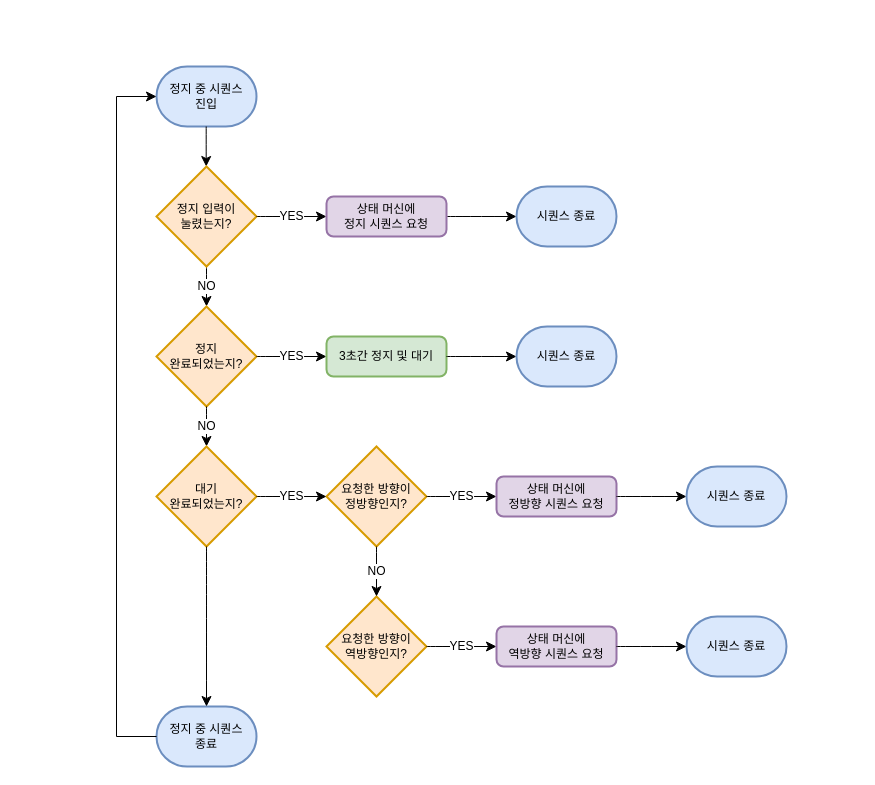
This is page "Sequence3" (7 of 8) of document/순서도.drawio from HeoSeongman/MiniWheel, a draw.io file, before an edit. Source tidied: cells renumbered, new cells numbered last; positions are measured from the earlier drawing's top-left corner, leaving out a move shared by most shapes. Both pictures are drawn from the tidied source at 100%, with x=0, y=0 at pixel (116, 66).
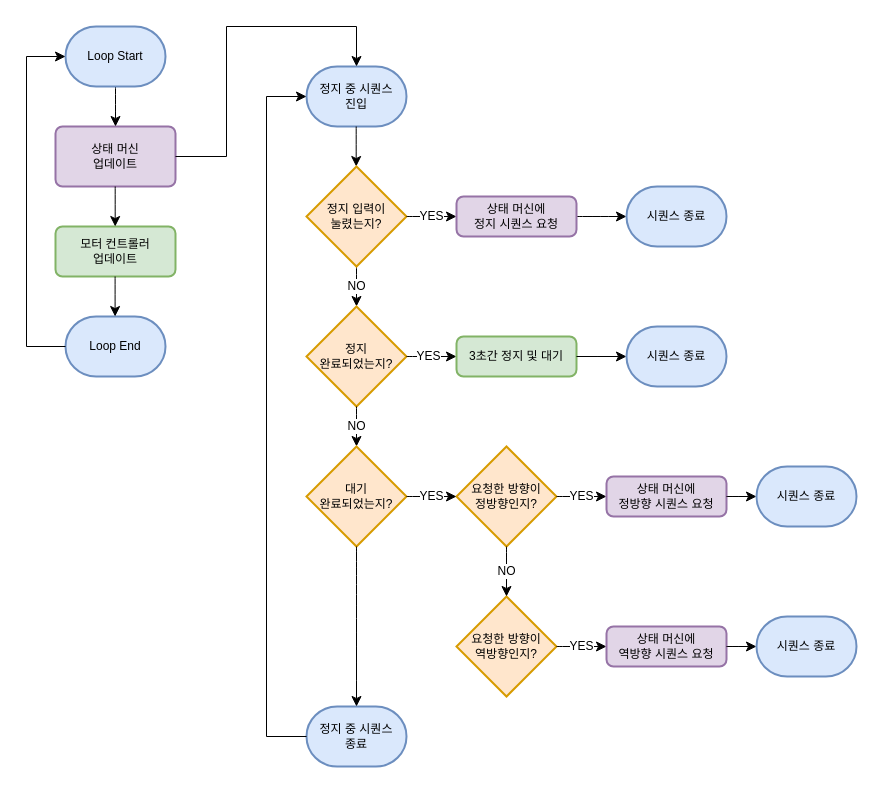
The same diagram, later.

What changed in the source:
```diff
@@
     <mxCell id="2" value="정지 중 시퀀스&lt;br&gt;진입" style="strokeWidth=2;html=1;shape=mxgraph.flowchart.terminator;whiteSpace=wrap;fillColor=#dae8fc;strokeColor=#6c8ebf;" parent="1" vertex="1">
-      <mxGeometry x="40" width="100" height="60" as="geometry" />
+      <mxGeometry x="190" width="100" height="60" as="geometry" />
     </mxCell>
     <mxCell id="3" style="endArrow=classic;html=1;rounded=0;fontSize=12;startSize=8;endSize=8;curved=1;exitX=0.5;exitY=1;exitDx=0;exitDy=0;exitPerimeter=0;entryX=0.5;entryY=0;entryDx=0;entryDy=0;" parent="1" edge="1">
       <mxGeometry relative="1" as="geometry">
-        <mxPoint x="89.7" y="60" as="sourcePoint" />
-        <mxPoint x="89.7" y="100" as="targetPoint" />
+        <mxPoint x="239.7" y="60" as="sourcePoint" />
+        <mxPoint x="239.7" y="100" as="targetPoint" />
       </mxGeometry>
     </mxCell>
@@
     <mxCell id="5" value="정지 입력이&lt;br&gt;눌렸는지?" style="strokeWidth=2;html=1;shape=mxgraph.flowchart.decision;whiteSpace=wrap;fillColor=#ffe6cc;strokeColor=#d79b00;" parent="1" vertex="1">
-      <mxGeometry x="40" y="100" width="100" height="100" as="geometry" />
+      <mxGeometry x="190" y="100" width="100" height="100" as="geometry" />
     </mxCell>
     <mxCell id="6" value="YES" style="edgeStyle=none;curved=1;rounded=0;jettySize=auto;html=1;fontSize=12;startSize=8;endSize=8;entryX=0;entryY=0.5;entryDx=0;entryDy=0;entryPerimeter=0;exitX=1;exitY=0.5;exitDx=0;exitDy=0;exitPerimeter=0;" parent="1" edge="1" source="5">
       <mxGeometry relative="1" as="geometry">
-        <mxPoint x="210" y="150" as="targetPoint" />
+        <mxPoint x="340" y="150" as="targetPoint" />
       </mxGeometry>
     </mxCell>
@@
     <mxCell id="8" value="상태 머신에&lt;br&gt;정지 시퀀스 요청" style="rounded=1;whiteSpace=wrap;html=1;absoluteArcSize=1;arcSize=14;strokeWidth=2;fillColor=#e1d5e7;strokeColor=#9673a6;" parent="1" vertex="1">
-      <mxGeometry x="210" y="130" width="120" height="40" as="geometry" />
+      <mxGeometry x="340" y="130" width="120" height="40" as="geometry" />
     </mxCell>
     <mxCell id="9" value="정지 중 시퀀스&lt;br&gt;종료" style="strokeWidth=2;html=1;shape=mxgraph.flowchart.terminator;whiteSpace=wrap;fillColor=#dae8fc;strokeColor=#6c8ebf;" parent="1" vertex="1">
-      <mxGeometry x="40" y="640" width="100" height="60" as="geometry" />
+      <mxGeometry x="190" y="640" width="100" height="60" as="geometry" />
     </mxCell>
     <mxCell id="10" value="정지 &lt;br&gt;완료되었는지?" style="strokeWidth=2;html=1;shape=mxgraph.flowchart.decision;whiteSpace=wrap;fillColor=#ffe6cc;strokeColor=#d79b00;" parent="1" vertex="1">
-      <mxGeometry x="40" y="240" width="100" height="100" as="geometry" />
+      <mxGeometry x="190" y="240" width="100" height="100" as="geometry" />
     </mxCell>
-    <mxCell id="11" value="YES" style="edgeStyle=none;curved=1;rounded=0;orthogonalLoop=1;jettySize=auto;html=1;fontSize=12;startSize=8;endSize=8;entryX=0;entryY=0.5;entryDx=0;entryDy=0;entryPerimeter=0;exitX=1;exitY=0.5;exitDx=0;exitDy=0;exitPerimeter=0;" parent="1" edge="1">
-      <mxGeometry relative="1" as="geometry">
-        <mxPoint x="140" y="290" as="sourcePoint" />
-        <mxPoint x="210" y="290" as="targetPoint" />
+    <mxCell id="11" value="YES" style="edgeStyle=none;curved=1;rounded=0;jettySize=auto;html=1;fontSize=12;startSize=8;endSize=8;entryX=0;entryY=0.5;entryDx=0;entryDy=0;entryPerimeter=0;exitX=1;exitY=0.5;exitDx=0;exitDy=0;exitPerimeter=0;" parent="1" edge="1" source="10">
+      <mxGeometry x="-0.14" relative="1" as="geometry">
+        <mxPoint x="340" y="290" as="targetPoint" />
       </mxGeometry>
     </mxCell>
     <mxCell id="12" value="3초간 정지 및 대기" style="rounded=1;whiteSpace=wrap;html=1;absoluteArcSize=1;arcSize=14;strokeWidth=2;fillColor=#d5e8d4;strokeColor=#82b366;" parent="1" vertex="1">
-      <mxGeometry x="210" y="270" width="120" height="40" as="geometry" />
+      <mxGeometry x="340" y="270" width="120" height="40" as="geometry" />
     </mxCell>
     <mxCell id="13" value="NO" style="edgeStyle=none;curved=1;rounded=0;jettySize=auto;html=1;exitX=0.5;exitY=1;exitDx=0;exitDy=0;exitPerimeter=0;fontSize=12;startSize=8;endSize=8;entryX=0.5;entryY=0;entryDx=0;entryDy=0;entryPerimeter=0;" parent="1" edge="1" target="21">
       <mxGeometry relative="1" as="geometry">
-        <mxPoint x="90" y="340" as="sourcePoint" />
+        <mxPoint x="240" y="340" as="sourcePoint" />
       </mxGeometry>
     </mxCell>
     <mxCell id="14" style="edgeStyle=segmentEdgeStyle;endArrow=classic;html=1;curved=0;rounded=0;endSize=8;startSize=8;sourcePerimeterSpacing=0;targetPerimeterSpacing=0;fontSize=12;exitX=0;exitY=0.5;exitDx=0;exitDy=0;exitPerimeter=0;entryX=0;entryY=0.5;entryDx=0;entryDy=0;entryPerimeter=0;" parent="1" edge="1" source="9" target="2">
       <mxGeometry relative="1" as="geometry">
         <Array as="points">
-          <mxPoint y="670" />
-          <mxPoint y="30" />
+          <mxPoint x="150" y="670" />
+          <mxPoint x="150" y="30" />
         </Array>
       </mxGeometry>
     </mxCell>
     <mxCell id="15" value="시퀀스 종료" style="strokeWidth=2;html=1;shape=mxgraph.flowchart.terminator;whiteSpace=wrap;fillColor=#dae8fc;strokeColor=#6c8ebf;" parent="1" vertex="1">
-      <mxGeometry x="400" y="120" width="100" height="60" as="geometry" />
+      <mxGeometry x="510" y="120" width="100" height="60" as="geometry" />
     </mxCell>
-    <mxCell id="16" style="edgeStyle=none;curved=1;rounded=0;jettySize=auto;html=1;exitX=1;exitY=0.5;exitDx=0;exitDy=0;fontSize=12;startSize=8;endSize=8;" parent="1" edge="1" target="17">
+    <mxCell id="16" style="edgeStyle=none;curved=1;rounded=0;jettySize=auto;html=1;fontSize=12;startSize=8;endSize=8;" parent="1" edge="1" target="17">
       <mxGeometry relative="1" as="geometry">
-        <mxPoint x="330" y="290" as="sourcePoint" />
+        <mxPoint x="460" y="290" as="sourcePoint" />
+        <Array as="points">
+          <mxPoint x="480" y="290" />
+        </Array>
       </mxGeometry>
     </mxCell>
     <mxCell id="17" value="시퀀스 종료" style="strokeWidth=2;html=1;shape=mxgraph.flowchart.terminator;whiteSpace=wrap;fillColor=#dae8fc;strokeColor=#6c8ebf;" parent="1" vertex="1">
-      <mxGeometry x="400" y="260" width="100" height="60" as="geometry" />
+      <mxGeometry x="510" y="260" width="100" height="60" as="geometry" />
     </mxCell>
     <mxCell id="18" value="요청한 방향이&lt;br&gt;정방향인지?" style="strokeWidth=2;html=1;shape=mxgraph.flowchart.decision;whiteSpace=wrap;fillColor=#ffe6cc;strokeColor=#d79b00;" parent="1" vertex="1">
-      <mxGeometry x="210" y="380" width="100" height="100" as="geometry" />
+      <mxGeometry x="340" y="380" width="100" height="100" as="geometry" />
     </mxCell>
-    <mxCell id="19" value="YES" style="edgeStyle=none;curved=1;rounded=0;orthogonalLoop=1;jettySize=auto;html=1;fontSize=12;startSize=8;endSize=8;entryX=0;entryY=0.5;entryDx=0;entryDy=0;entryPerimeter=0;exitX=1;exitY=0.5;exitDx=0;exitDy=0;exitPerimeter=0;" parent="1" edge="1">
+    <mxCell id="19" value="YES" style="edgeStyle=none;curved=1;rounded=0;orthogonalLoop=1;jettySize=auto;html=1;fontSize=12;startSize=8;endSize=8;entryX=0;entryY=0.5;entryDx=0;entryDy=0;entryPerimeter=0;" parent="1" edge="1">
       <mxGeometry relative="1" as="geometry">
-        <mxPoint x="310" y="430" as="sourcePoint" />
-        <mxPoint x="380" y="430" as="targetPoint" />
+        <mxPoint x="440" y="430" as="sourcePoint" />
+        <mxPoint x="490" y="430" as="targetPoint" />
       </mxGeometry>
     </mxCell>
     <mxCell id="20" value="상태 머신에&lt;br&gt;정방향 시퀀스 요청" style="rounded=1;whiteSpace=wrap;html=1;absoluteArcSize=1;arcSize=14;strokeWidth=2;fillColor=#e1d5e7;strokeColor=#9673a6;" parent="1" vertex="1">
-      <mxGeometry x="380" y="410" width="120" height="40" as="geometry" />
+      <mxGeometry x="490" y="410" width="120" height="40" as="geometry" />
     </mxCell>
     <mxCell id="21" value="대기&lt;br&gt;완료되었는지?" style="strokeWidth=2;html=1;shape=mxgraph.flowchart.decision;whiteSpace=wrap;fillColor=#ffe6cc;strokeColor=#d79b00;" parent="1" vertex="1">
-      <mxGeometry x="40" y="380" width="100" height="100" as="geometry" />
+      <mxGeometry x="190" y="380" width="100" height="100" as="geometry" />
     </mxCell>
-    <mxCell id="22" value="YES" style="edgeStyle=none;curved=1;rounded=0;orthogonalLoop=1;jettySize=auto;html=1;fontSize=12;startSize=8;endSize=8;entryX=0;entryY=0.5;entryDx=0;entryDy=0;entryPerimeter=0;exitX=1;exitY=0.5;exitDx=0;exitDy=0;exitPerimeter=0;" parent="1" edge="1">
+    <mxCell id="22" value="YES" style="edgeStyle=none;curved=1;rounded=0;jettySize=auto;html=1;fontSize=12;startSize=8;endSize=8;entryX=0;entryY=0.5;entryDx=0;entryDy=0;entryPerimeter=0;exitX=1;exitY=0.5;exitDx=0;exitDy=0;exitPerimeter=0;" parent="1" edge="1" source="21">
       <mxGeometry relative="1" as="geometry">
-        <mxPoint x="140" y="430" as="sourcePoint" />
-        <mxPoint x="210" y="430" as="targetPoint" />
+        <mxPoint x="340" y="430" as="targetPoint" />
       </mxGeometry>
     </mxCell>
     <mxCell id="23" value="요청한 방향이&lt;br&gt;역방향인지?" style="strokeWidth=2;html=1;shape=mxgraph.flowchart.decision;whiteSpace=wrap;fillColor=#ffe6cc;strokeColor=#d79b00;" parent="1" vertex="1">
-      <mxGeometry x="210" y="530" width="100" height="100" as="geometry" />
+      <mxGeometry x="340" y="530" width="100" height="100" as="geometry" />
     </mxCell>
@@
-    <mxCell id="25" value="YES" style="edgeStyle=none;curved=1;rounded=0;orthogonalLoop=1;jettySize=auto;html=1;fontSize=12;startSize=8;endSize=8;entryX=0;entryY=0.5;entryDx=0;entryDy=0;entryPerimeter=0;exitX=1;exitY=0.5;exitDx=0;exitDy=0;exitPerimeter=0;" parent="1" edge="1">
+    <mxCell id="25" value="YES" style="edgeStyle=none;curved=1;rounded=0;orthogonalLoop=1;jettySize=auto;html=1;fontSize=12;startSize=8;endSize=8;entryX=0;entryY=0.5;entryDx=0;entryDy=0;entryPerimeter=0;" parent="1" edge="1">
       <mxGeometry relative="1" as="geometry">
-        <mxPoint x="310" y="580" as="sourcePoint" />
-        <mxPoint x="380" y="580" as="targetPoint" />
+        <mxPoint x="440" y="580" as="sourcePoint" />
+        <mxPoint x="490" y="580" as="targetPoint" />
       </mxGeometry>
     </mxCell>
     <mxCell id="26" value="상태 머신에&lt;br&gt;역방향 시퀀스 요청" style="rounded=1;whiteSpace=wrap;html=1;absoluteArcSize=1;arcSize=14;strokeWidth=2;fillColor=#e1d5e7;strokeColor=#9673a6;" parent="1" vertex="1">
-      <mxGeometry x="380" y="560" width="120" height="40" as="geometry" />
+      <mxGeometry x="490" y="560" width="120" height="40" as="geometry" />
     </mxCell>
@@
     <mxCell id="28" style="edgeStyle=none;curved=1;rounded=0;jettySize=auto;html=1;exitX=1;exitY=0.5;exitDx=0;exitDy=0;fontSize=12;startSize=8;endSize=8;" parent="1" edge="1" target="29">
       <mxGeometry relative="1" as="geometry">
-        <mxPoint x="500" y="430" as="sourcePoint" />
+        <mxPoint x="610" y="430" as="sourcePoint" />
       </mxGeometry>
     </mxCell>
     <mxCell id="29" value="시퀀스 종료" style="strokeWidth=2;html=1;shape=mxgraph.flowchart.terminator;whiteSpace=wrap;fillColor=#dae8fc;strokeColor=#6c8ebf;" parent="1" vertex="1">
-      <mxGeometry x="570" y="400" width="100" height="60" as="geometry" />
+      <mxGeometry x="640" y="400" width="100" height="60" as="geometry" />
     </mxCell>
     <mxCell id="30" style="edgeStyle=none;curved=1;rounded=0;jettySize=auto;html=1;exitX=1;exitY=0.5;exitDx=0;exitDy=0;fontSize=12;startSize=8;endSize=8;" parent="1" edge="1" target="31">
       <mxGeometry relative="1" as="geometry">
-        <mxPoint x="500" y="580" as="sourcePoint" />
+        <mxPoint x="610" y="580" as="sourcePoint" />
       </mxGeometry>
     </mxCell>
     <mxCell id="31" value="시퀀스 종료" style="strokeWidth=2;html=1;shape=mxgraph.flowchart.terminator;whiteSpace=wrap;fillColor=#dae8fc;strokeColor=#6c8ebf;" parent="1" vertex="1">
-      <mxGeometry x="570" y="550" width="100" height="60" as="geometry" />
+      <mxGeometry x="640" y="550" width="100" height="60" as="geometry" />
     </mxCell>
+    <mxCell id="32" value="상태 머신 &lt;br&gt;업데이트" style="rounded=1;whiteSpace=wrap;html=1;absoluteArcSize=1;arcSize=14;strokeWidth=2;fillColor=#e1d5e7;strokeColor=#9673a6;" parent="1" vertex="1">
+      <mxGeometry x="-61" y="60" width="120" height="60" as="geometry" />
+    </mxCell>
+    <mxCell id="33" value="모터 컨트롤러&lt;br&gt;업데이트" style="rounded=1;whiteSpace=wrap;html=1;absoluteArcSize=1;arcSize=14;strokeWidth=2;fillColor=#d5e8d4;strokeColor=#82b366;" parent="1" vertex="1">
+      <mxGeometry x="-61" y="160" width="120" height="50" as="geometry" />
+    </mxCell>
+    <mxCell id="34" style="endArrow=classic;html=1;rounded=0;fontSize=12;startSize=8;endSize=8;curved=1;exitX=0.5;exitY=1;exitDx=0;exitDy=0;exitPerimeter=0;entryX=0.5;entryY=0;entryDx=0;entryDy=0;" parent="1" edge="1" target="32">
+      <mxGeometry relative="1" as="geometry">
+        <mxPoint x="-1" y="20" as="sourcePoint" />
+      </mxGeometry>
+    </mxCell>
+    <mxCell id="35" style="endArrow=classic;html=1;rounded=0;fontSize=12;startSize=8;endSize=8;curved=1;exitX=0.5;exitY=1;exitDx=0;exitDy=0;exitPerimeter=0;entryX=0.5;entryY=0;entryDx=0;entryDy=0;" parent="1" edge="1">
+      <mxGeometry relative="1" as="geometry">
+        <mxPoint x="-1.3" y="120" as="sourcePoint" />
+        <mxPoint x="-1.3" y="160" as="targetPoint" />
+      </mxGeometry>
+    </mxCell>
+    <mxCell id="36" value="Loop Start" style="strokeWidth=2;html=1;shape=mxgraph.flowchart.terminator;whiteSpace=wrap;fillColor=#dae8fc;strokeColor=#6c8ebf;" parent="1" vertex="1">
+      <mxGeometry x="-51" y="-40" width="100" height="60" as="geometry" />
+    </mxCell>
+    <mxCell id="37" value="Loop End" style="strokeWidth=2;html=1;shape=mxgraph.flowchart.terminator;whiteSpace=wrap;fillColor=#dae8fc;strokeColor=#6c8ebf;" parent="1" vertex="1">
+      <mxGeometry x="-51" y="250" width="100" height="60" as="geometry" />
+    </mxCell>
+    <mxCell id="38" style="endArrow=classic;html=1;rounded=0;fontSize=12;startSize=8;endSize=8;curved=1;exitX=0.5;exitY=1;exitDx=0;exitDy=0;exitPerimeter=0;entryX=0.5;entryY=0;entryDx=0;entryDy=0;" parent="1" edge="1">
+      <mxGeometry relative="1" as="geometry">
+        <mxPoint x="-1.4" y="210" as="sourcePoint" />
+        <mxPoint x="-1.4" y="250" as="targetPoint" />
+      </mxGeometry>
+    </mxCell>
+    <mxCell id="39" style="edgeStyle=segmentEdgeStyle;endArrow=classic;html=1;curved=0;rounded=0;endSize=8;startSize=8;sourcePerimeterSpacing=0;targetPerimeterSpacing=0;fontSize=12;exitX=0;exitY=0.5;exitDx=0;exitDy=0;exitPerimeter=0;entryX=0;entryY=0.5;entryDx=0;entryDy=0;entryPerimeter=0;" parent="1" edge="1" source="37" target="36">
+      <mxGeometry relative="1" as="geometry">
+        <Array as="points">
+          <mxPoint x="-90" y="280" />
+          <mxPoint x="-90" y="-10" />
+        </Array>
+      </mxGeometry>
+    </mxCell>
+    <mxCell id="40" style="edgeStyle=segmentEdgeStyle;endArrow=classic;html=1;curved=0;rounded=0;endSize=8;startSize=8;sourcePerimeterSpacing=0;targetPerimeterSpacing=0;fontSize=12;exitX=1;exitY=0.5;exitDx=0;exitDy=0;entryX=0.5;entryY=0;entryDx=0;entryDy=0;entryPerimeter=0;" parent="1" edge="1" source="32">
+      <mxGeometry relative="1" as="geometry">
+        <mxPoint x="240" as="targetPoint" />
+        <Array as="points">
+          <mxPoint x="110" y="90" />
+          <mxPoint x="110" y="-40" />
+          <mxPoint x="240" y="-40" />
+        </Array>
+      </mxGeometry>
+    </mxCell>
```
